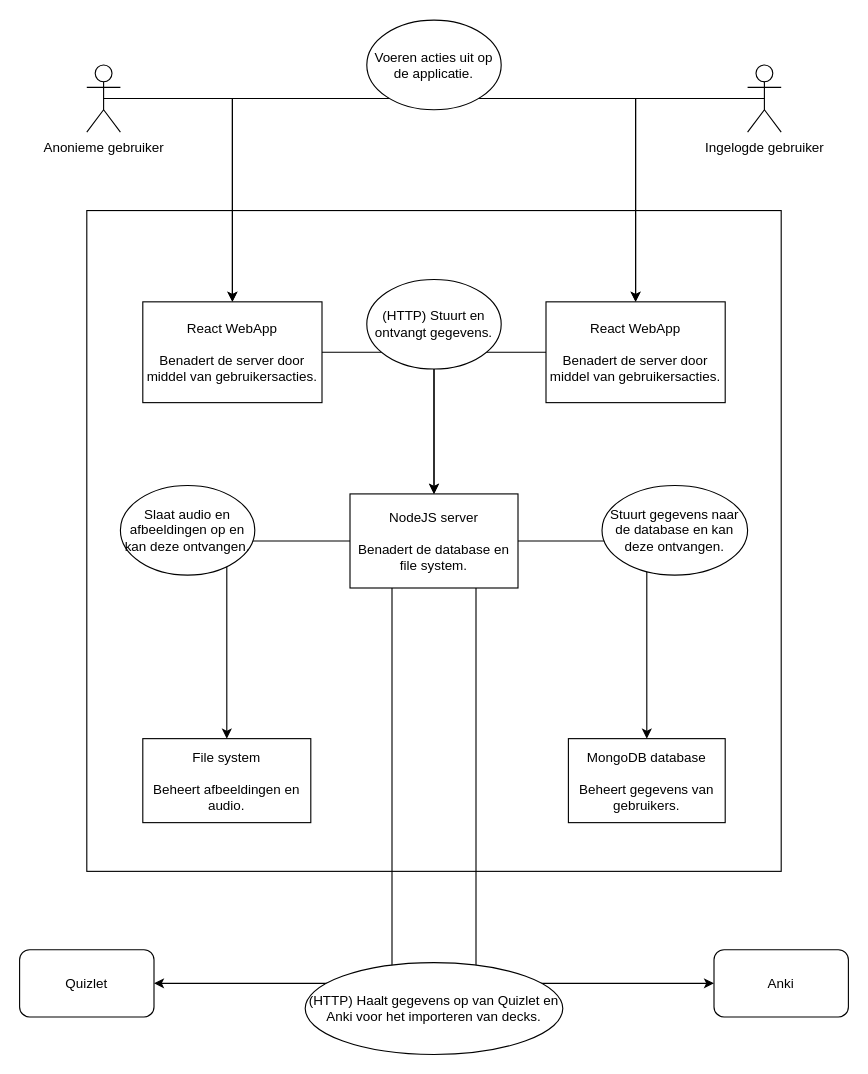
This is Documentatie/C4 model - Apprend Container.drawio from JorisNijkamp1/Apprend, a draw.io file, before an edit. Source tidied: cells renumbered, new cells numbered last; positions are measured from the earlier drawing's top-left corner, leaving out a move shared by most shapes. Both pictures are drawn from the tidied source at 112%, with x=0, y=0 at pixel (19, 19).
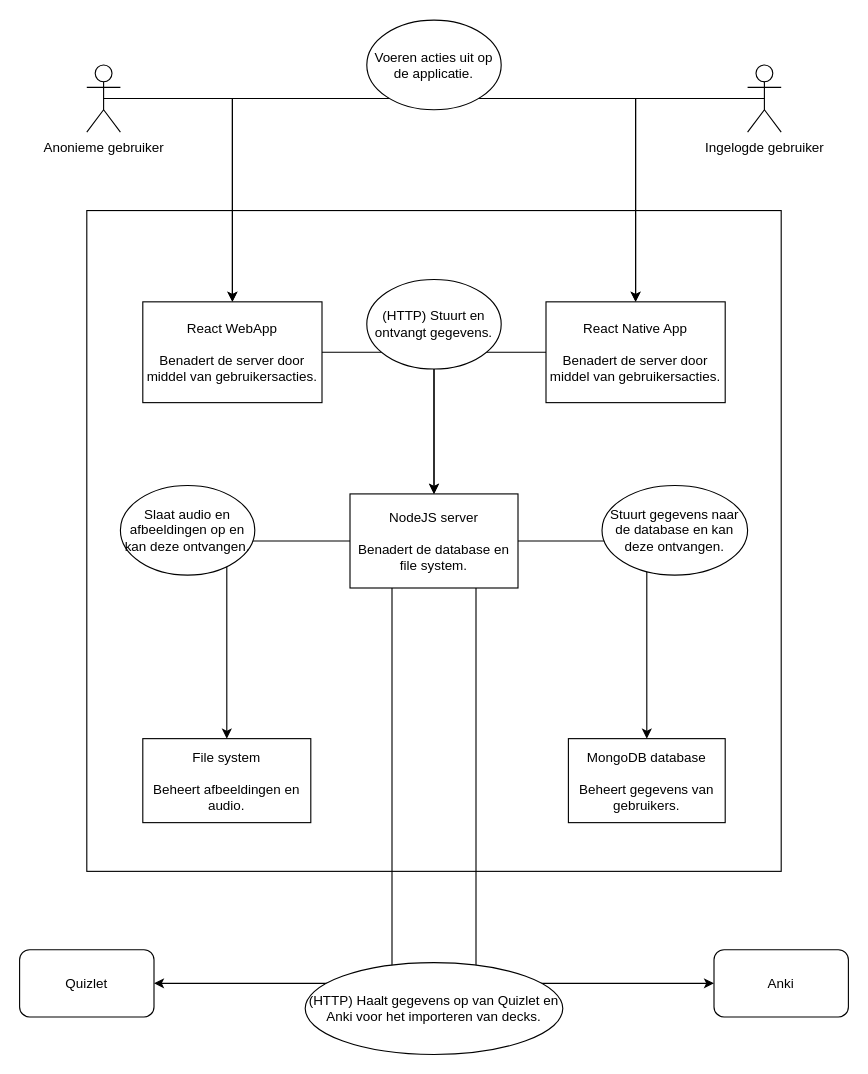
The same page after the edit.

Diff of the diagram source:
```diff
@@
-    <mxCell id="21" value="React WebApp&lt;br&gt;&lt;br&gt;Benadert de server door middel van gebruikersacties." style="rounded=0;whiteSpace=wrap;html=1;" parent="1" vertex="1">
+    <mxCell id="21" value="React Native App&lt;br&gt;&lt;br&gt;Benadert de server door middel van gebruikersacties." style="rounded=0;whiteSpace=wrap;html=1;" parent="1" vertex="1">
       <mxGeometry x="470" y="252" width="160" height="90" as="geometry" />
     </mxCell>
```
